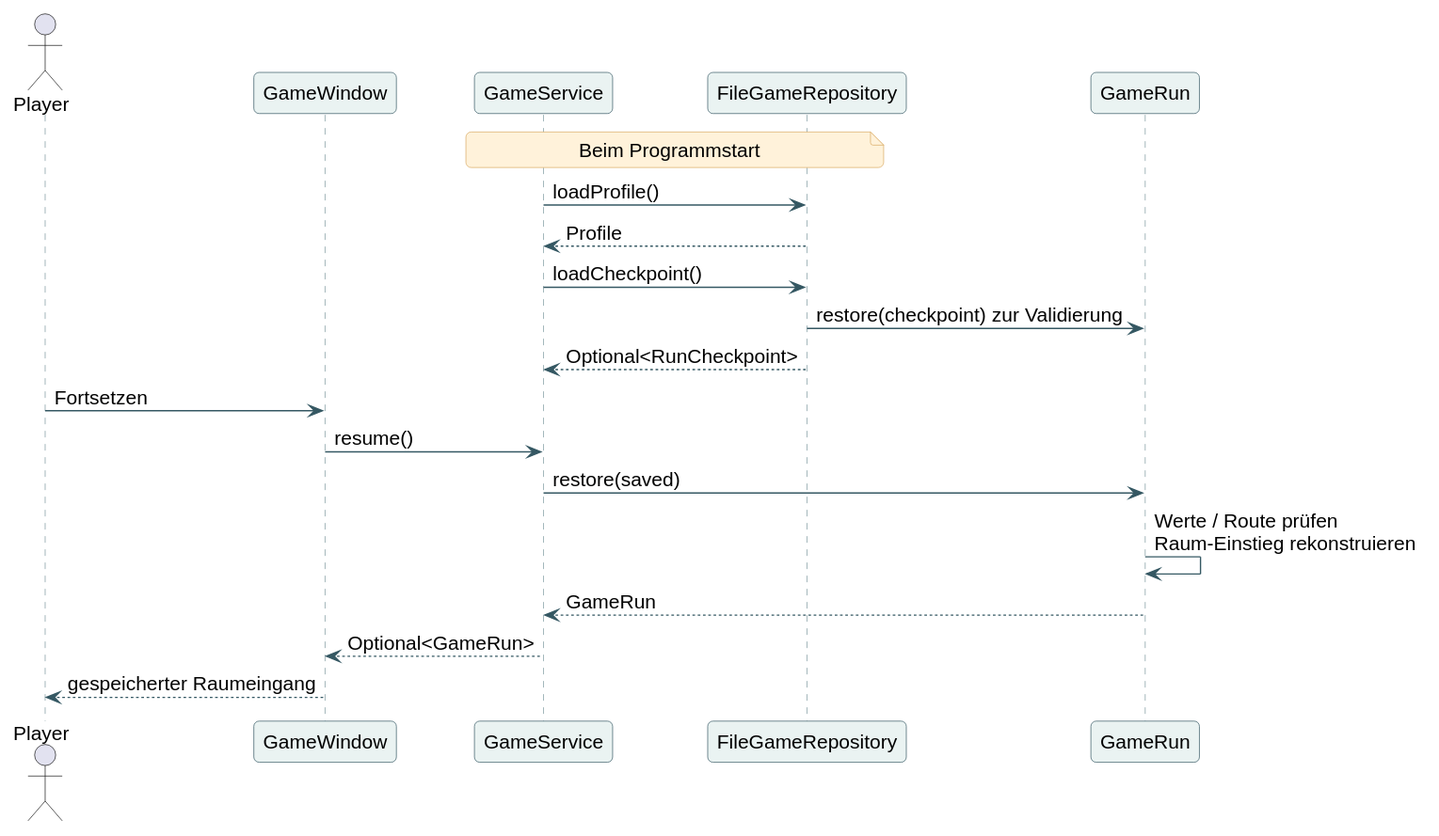
Before: docs/diagrams/10-resume-sequence.svg, a diagram exported from PlantUML (bassdav2/abyss). Source of this version:
```plantuml
@startuml
skinparam backgroundColor #FFFFFF
skinparam defaultFontName Arial
skinparam defaultFontSize 15
skinparam shadowing false
skinparam roundcorner 8
skinparam ArrowColor #355863
skinparam classBackgroundColor #EAF3F2
skinparam classBorderColor #355863
skinparam participantBackgroundColor #EAF3F2
skinparam participantBorderColor #355863
skinparam sequenceLifeLineBorderColor #7A979C
skinparam noteBackgroundColor #FFF2DA
skinparam noteBorderColor #D8AA64
skinparam packageBackgroundColor #F5F8F7
skinparam packageBorderColor #6E8B91
hide empty members
actor Player
participant GameWindow as UI
participant GameService as Service
participant FileGameRepository as Repo
participant GameRun as Run
note over Service,Repo
Beim Programmstart
end note
Service -> Repo : loadProfile()
Repo --> Service : Profile
Service -> Repo : loadCheckpoint()
Repo -> Run : restore(checkpoint) zur Validierung
Repo --> Service : Optional<RunCheckpoint>
Player -> UI : Fortsetzen
UI -> Service : resume()
Service -> Run : restore(saved)
Run -> Run : Werte / Route prüfen\nRaum-Einstieg rekonstruieren
Run --> Service : GameRun
Service --> UI : Optional<GameRun>
UI --> Player : gespeicherter Raumeingang
@enduml
```
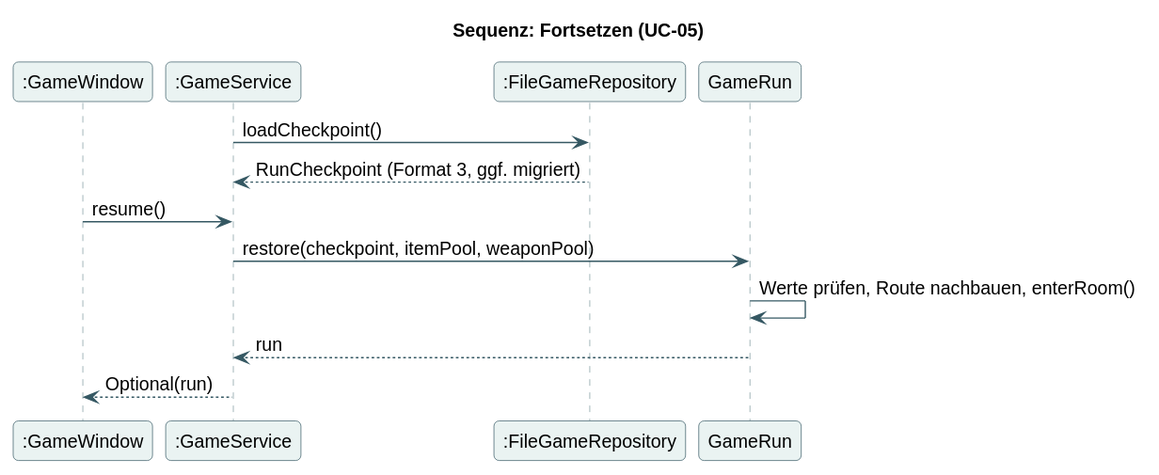
The same file after the commit.

The edit, as a diff of the source:
```diff
@@ -1,7 +1,7 @@
 @startuml
 skinparam backgroundColor #FFFFFF
 skinparam defaultFontName Arial
-skinparam defaultFontSize 15
+skinparam defaultFontSize 14
 skinparam shadowing false
 skinparam roundcorner 8
 skinparam ArrowColor #355863
@@ -14,25 +14,19 @@
 skinparam noteBorderColor #D8AA64
 skinparam packageBackgroundColor #F5F8F7
 skinparam packageBorderColor #6E8B91
+skinparam stateBackgroundColor #EAF3F2
+skinparam stateBorderColor #355863
 hide empty members
-actor Player
-participant GameWindow as UI
-participant GameService as Service
-participant FileGameRepository as Repo
-participant GameRun as Run
-note over Service,Repo
-Beim Programmstart
-end note
-Service -> Repo : loadProfile()
-Repo --> Service : Profile
-Service -> Repo : loadCheckpoint()
-Repo -> Run : restore(checkpoint) zur Validierung
-Repo --> Service : Optional<RunCheckpoint>
-Player -> UI : Fortsetzen
-UI -> Service : resume()
-Service -> Run : restore(saved)
-Run -> Run : Werte / Route prüfen\nRaum-Einstieg rekonstruieren
-Run --> Service : GameRun
-Service --> UI : Optional<GameRun>
-UI --> Player : gespeicherter Raumeingang
+title Sequenz: Fortsetzen (UC-05)
+participant ":GameWindow" as W
+participant ":GameService" as S
+participant ":FileGameRepository" as F
+participant "GameRun" as R
+S -> F : loadCheckpoint()
+F --> S : RunCheckpoint (Format 3, ggf. migriert)
+W -> S : resume()
+S -> R : restore(checkpoint, itemPool, weaponPool)
+R -> R : Werte prüfen, Route nachbauen, enterRoom()
+R --> S : run
+S --> W : Optional(run)
 @enduml
```
